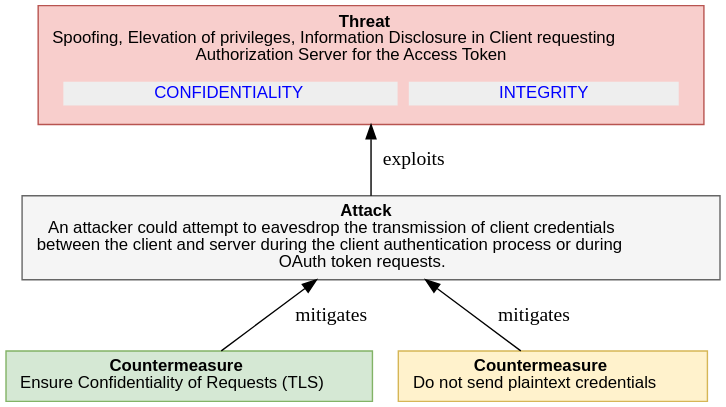
Before: report-examples/OAuth2/img/threatTree/4_3_3_CLIENT_CREDENTIALS_DISCLOSURE.svg, a diagram exported from PlantUML (DavidCervigni/threat-models). Its source is kept beside it as report-examples/OAuth2/img/threatTree/4_3_3_CLIENT_CREDENTIALS_DISCLOSURE.puml. The source it was exported from:
```plantuml
@startuml
digraph G {
rankdir="BT";
  node [shape=plaintext, fontname="Arial" fontsize="12"];
    "4_3_3_CLIENT_CREDENTIALS_DISCLOSURE" [ fillcolor="#F8CECC", style=filled, shape=polygon, color="#B85450"
    label=
    <<table border="0" cellborder="0" cellspacing="0">
     <tr><td align="center"><b>Threat</b><br/>

Spoofing, Elevation of privileges, Information Disclosure in Client requesting<br/>Authorization Server for the Access Token
</td></tr>
     <tr><td><table border="0" cellborder="0" cellspacing="8"><tr>
                ret += secObj.linkedImpactMDText()
     <td align="center" href="#OAuth2.CONFIDENTIALITY" bgcolor="#EEEEEE"><font color="blue">CONFIDENTIALITY</font></td>
                ret += secObj.linkedImpactMDText()
     <td align="center" href="#OAuth2.INTEGRITY" bgcolor="#EEEEEE"><font color="blue">INTEGRITY</font></td>
     </tr></table></td></tr>
   </table>>
   ];

"4_3_3_CLIENT_CREDENTIALS_DISCLOSURE_attack" [ fillcolor="#f5f5f5", style=filled, shape=polygon, color="#666666", label =
    <<table border="0" cellborder="0" cellspacing="0">
     <tr><td align="center"><b>Attack</b><br/>

An attacker could attempt to eavesdrop the transmission of client credentials<br/>between the client and server during the client authentication process or during<br/>OAuth token requests.
</td></tr>
   </table>>
    ]

"4_3_3_CLIENT_CREDENTIALS_DISCLOSURE_attack" -> "4_3_3_CLIENT_CREDENTIALS_DISCLOSURE"  [label = " exploits"]

    "4_3_3_CLIENT_CREDENTIALS_DISCLOSURE_countermeasure0" [
       fillcolor="#D5E8D4", style=filled, shape=polygon, color="#82B366", label =
    <<table border="0" cellborder="0" cellspacing="0">
     <tr><td align="left"><b>Countermeasure</b><br/>

Ensure Confidentiality of Requests (TLS)
</td></tr>
   </table>>
   ]

     "4_3_3_CLIENT_CREDENTIALS_DISCLOSURE_countermeasure0" -> "4_3_3_CLIENT_CREDENTIALS_DISCLOSURE_attack" [label = " mitigates"]

    "4_3_3_CLIENT_CREDENTIALS_DISCLOSURE_countermeasure1" [
       fillcolor="#FFF2CC", style=filled, shape=polygon, color="#D6B656", label =
    <<table border="0" cellborder="0" cellspacing="0">
     <tr><td align="left"><b>Countermeasure</b><br/>

Do not send plaintext credentials
</td></tr>
   </table>>
   ]

     "4_3_3_CLIENT_CREDENTIALS_DISCLOSURE_countermeasure1" -> "4_3_3_CLIENT_CREDENTIALS_DISCLOSURE_attack" [label = " mitigates"]

}
@enduml
```
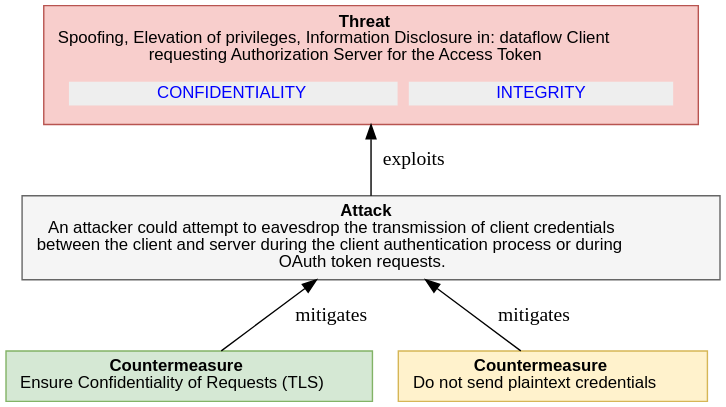
Above is the later version.

Diff of the diagram source:
```diff
@@ -7,7 +7,7 @@
     <<table border="0" cellborder="0" cellspacing="0">
      <tr><td align="center"><b>Threat</b><br/>
 
-Spoofing, Elevation of privileges, Information Disclosure in Client requesting<br/>Authorization Server for the Access Token
+Spoofing, Elevation of privileges, Information Disclosure in: dataflow Client<br/>requesting Authorization Server for the Access Token
 </td></tr>
      <tr><td><table border="0" cellborder="0" cellspacing="8"><tr>
                 ret += secObj.linkedImpactMDText()
```
